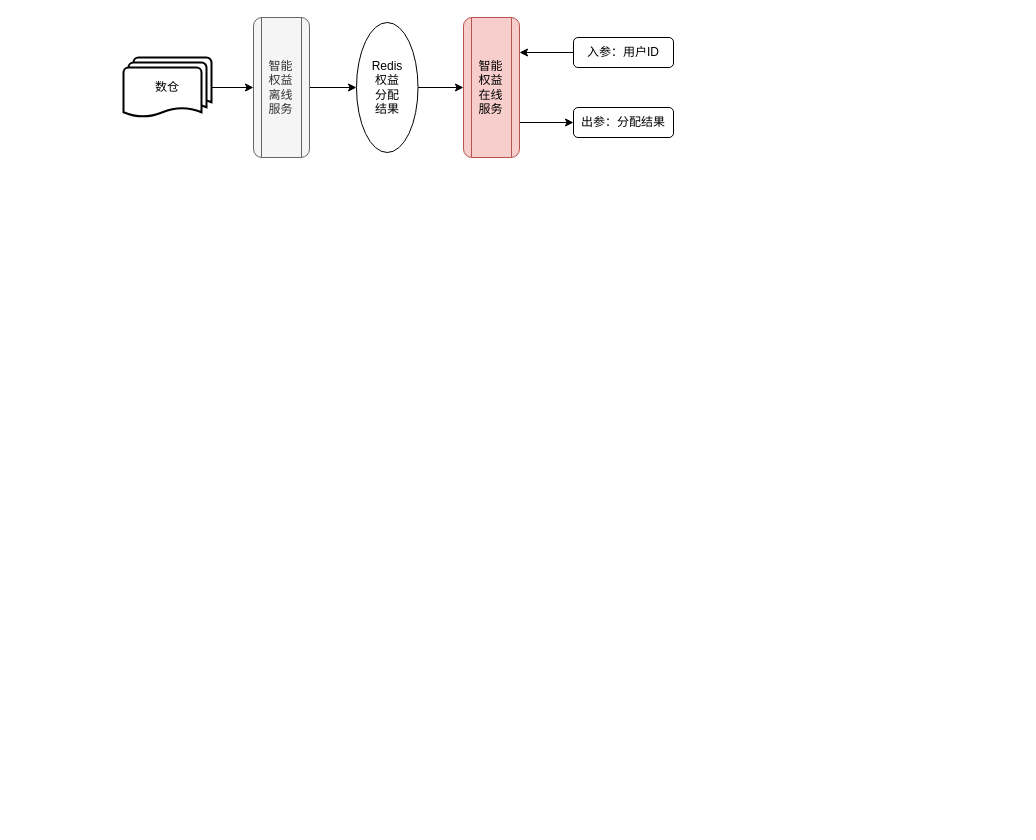
Earlier version of the draw.io diagram 小程序TRD.drawio (JintaiYang/drawio). Source tidied: cells renumbered, new cells numbered last; positions are measured from the earlier drawing's top-left corner, leaving out a move shared by most shapes. Both pictures are drawn from the tidied source at 100%, with x=0, y=0 at pixel (123, 17).
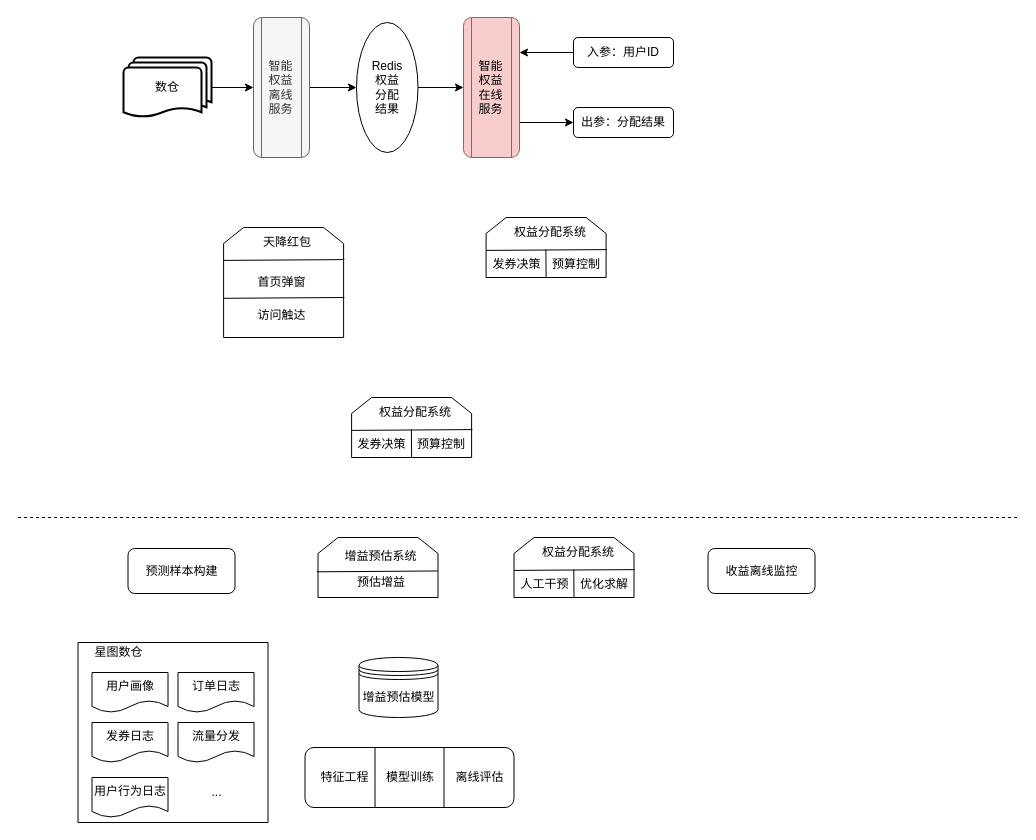
After the change.

Commit message (it also covers changes not shown here):
更新小程序TRD.drawio

Diff of the diagram source:
```diff
@@
+    <mxCell id="13" style="swimlane;startSize=0;rounded=1;" parent="1" vertex="1">
+      <mxGeometry x="-45.5" y="625" width="190" height="180" as="geometry" />
+    </mxCell>
+    <mxCell id="14" value="用户画像" style="shape=document;whiteSpace=wrap;html=1;boundedLbl=1;rounded=1;" parent="13" vertex="1">
+      <mxGeometry x="14" y="30" width="76" height="40" as="geometry" />
+    </mxCell>
+    <mxCell id="15" value="订单日志" style="shape=document;whiteSpace=wrap;html=1;boundedLbl=1;rounded=1;" parent="13" vertex="1">
+      <mxGeometry x="100" y="30" width="76" height="40" as="geometry" />
+    </mxCell>
+    <mxCell id="16" value="发券日志" style="shape=document;whiteSpace=wrap;html=1;boundedLbl=1;rounded=1;" parent="13" vertex="1">
+      <mxGeometry x="14" y="80" width="76" height="40" as="geometry" />
+    </mxCell>
+    <mxCell id="17" value="流量分发" style="shape=document;whiteSpace=wrap;html=1;boundedLbl=1;rounded=1;" parent="13" vertex="1">
+      <mxGeometry x="100" y="80" width="76" height="40" as="geometry" />
+    </mxCell>
+    <mxCell id="18" value="用户行为日志" style="shape=document;whiteSpace=wrap;html=1;boundedLbl=1;rounded=1;" parent="13" vertex="1">
+      <mxGeometry x="14" y="135" width="76" height="40" as="geometry" />
+    </mxCell>
+    <mxCell id="19" value="..." style="text;html=1;align=center;verticalAlign=middle;strokeColor=none;fillColor=none;" parent="13" vertex="1">
+      <mxGeometry x="123" y="135" width="30" height="30" as="geometry" />
+    </mxCell>
+    <mxCell id="20" value="星图数仓" style="text;html=1;align=center;verticalAlign=middle;strokeColor=none;fillColor=none;" parent="1" vertex="1">
+      <mxGeometry x="-40.5" y="620" width="70" height="30" as="geometry" />
+    </mxCell>
+    <mxCell id="21" value="收益离线监控" style="rounded=1;whiteSpace=wrap;html=1;" parent="1" vertex="1">
+      <mxGeometry x="584.5" y="531" width="107" height="45" as="geometry" />
+    </mxCell>
+    <mxCell id="22" style="shape=loopLimit;whiteSpace=wrap;html=1;rounded=0;sketch=0;size=20;" parent="1" vertex="1">
+      <mxGeometry x="194.5" y="520" width="120" height="60" as="geometry" />
+    </mxCell>
+    <mxCell id="23" style="endArrow=none;html=1;rounded=0;entryX=0.997;entryY=0.558;entryDx=0;entryDy=0;exitX=-0.01;exitY=0.572;exitDx=0;exitDy=0;exitPerimeter=0;entryPerimeter=0;" parent="1" edge="1" source="22" target="22">
+      <mxGeometry relative="1" as="geometry" />
+    </mxCell>
+    <mxCell id="24" value="预估增益" style="text;html=1;strokeColor=none;fillColor=none;align=center;verticalAlign=middle;whiteSpace=wrap;rounded=0;sketch=0;" parent="1" vertex="1">
+      <mxGeometry x="227.5" y="557" width="60" height="15" as="geometry" />
+    </mxCell>
+    <mxCell id="25" value="增益预估系统" style="text;html=1;strokeColor=none;fillColor=none;align=center;verticalAlign=middle;whiteSpace=wrap;rounded=0;sketch=0;" parent="1" vertex="1">
+      <mxGeometry x="218.8" y="531" width="77" height="15" as="geometry" />
+    </mxCell>
+    <mxCell id="26" style="shape=loopLimit;whiteSpace=wrap;html=1;rounded=0;sketch=0;size=20;" parent="1" vertex="1">
+      <mxGeometry x="390.5" y="520" width="120" height="60" as="geometry" />
+    </mxCell>
+    <mxCell id="27" style="endArrow=none;html=1;rounded=0;entryX=0.997;entryY=0.558;entryDx=0;entryDy=0;exitX=-0.01;exitY=0.572;exitDx=0;exitDy=0;exitPerimeter=0;entryPerimeter=0;" parent="1" edge="1">
+      <mxGeometry relative="1" as="geometry">
+        <mxPoint x="390.5" y="552.9" as="sourcePoint" />
+        <mxPoint x="511.3" y="552.1" as="targetPoint" />
+      </mxGeometry>
+    </mxCell>
+    <mxCell id="28" style="endArrow=none;html=1;rounded=0;" parent="1" edge="1" target="26">
+      <mxGeometry relative="1" as="geometry">
+        <mxPoint x="450.5" y="580" as="sourcePoint" />
+      </mxGeometry>
+    </mxCell>
+    <mxCell id="29" style="endArrow=none;html=1;rounded=0;exitX=0.5;exitY=1;exitDx=0;exitDy=0;" parent="1" edge="1" source="26">
+      <mxGeometry relative="1" as="geometry">
+        <mxPoint x="450.3" y="552" as="targetPoint" />
+      </mxGeometry>
+    </mxCell>
+    <mxCell id="30" value="优化求解" style="text;html=1;strokeColor=none;fillColor=none;align=center;verticalAlign=middle;whiteSpace=wrap;rounded=0;sketch=0;" parent="1" vertex="1">
+      <mxGeometry x="450.5" y="552" width="60" height="30" as="geometry" />
+    </mxCell>
+    <mxCell id="31" value="权益分配系统" style="text;html=1;strokeColor=none;fillColor=none;align=center;verticalAlign=middle;whiteSpace=wrap;rounded=0;sketch=0;" parent="1" vertex="1">
+      <mxGeometry x="414.5" y="520" width="80" height="30" as="geometry" />
+    </mxCell>
+    <mxCell id="32" value="人工干预" style="text;html=1;align=center;verticalAlign=middle;strokeColor=none;fillColor=none;" parent="1" vertex="1">
+      <mxGeometry x="385.5" y="552" width="70" height="30" as="geometry" />
+    </mxCell>
+    <mxCell id="33" value="预测样本构建" style="rounded=1;whiteSpace=wrap;html=1;" parent="1" vertex="1">
+      <mxGeometry x="4.5" y="531" width="107" height="45" as="geometry" />
+    </mxCell>
+    <mxCell id="34" value="模型训练" style="shape=process;whiteSpace=wrap;html=1;backgroundOutline=1;rounded=1;glass=0;sketch=0;strokeWidth=1;size=0.3333333333333333;" parent="1" vertex="1">
+      <mxGeometry x="181.5" y="730" width="209" height="60" as="geometry" />
+    </mxCell>
+    <mxCell id="35" value="特征工程" style="text;html=1;align=center;verticalAlign=middle;strokeColor=none;fillColor=none;" parent="1" vertex="1">
+      <mxGeometry x="185.5" y="745" width="70" height="30" as="geometry" />
+    </mxCell>
+    <mxCell id="36" value="离线评估" style="text;html=1;align=center;verticalAlign=middle;strokeColor=none;fillColor=none;" parent="1" vertex="1">
+      <mxGeometry x="320.5" y="745" width="70" height="30" as="geometry" />
+    </mxCell>
+    <mxCell id="37" value="增益预估模型" style="shape=datastore;whiteSpace=wrap;html=1;rounded=1;glass=0;sketch=0;strokeWidth=1;" parent="1" vertex="1">
+      <mxGeometry x="235.5" y="640" width="79" height="60" as="geometry" />
+    </mxCell>
+    <mxCell id="38" style="endArrow=none;html=1;strokeWidth=1;rounded=0;dashed=1;" parent="1" edge="1">
+      <mxGeometry relative="1" as="geometry">
+        <mxPoint x="-105.5" y="500" as="sourcePoint" />
+        <mxPoint x="894.5" y="500" as="targetPoint" />
+      </mxGeometry>
+    </mxCell>
+    <mxCell id="39" style="shape=loopLimit;whiteSpace=wrap;html=1;rounded=0;sketch=0;size=20;" parent="1" vertex="1">
+      <mxGeometry x="228.1" y="380" width="120" height="60" as="geometry" />
+    </mxCell>
+    <mxCell id="40" style="endArrow=none;html=1;rounded=0;entryX=0.997;entryY=0.558;entryDx=0;entryDy=0;exitX=-0.01;exitY=0.572;exitDx=0;exitDy=0;exitPerimeter=0;entryPerimeter=0;" parent="1" edge="1">
+      <mxGeometry relative="1" as="geometry">
+        <mxPoint x="228.1" y="412.9" as="sourcePoint" />
+        <mxPoint x="348.9" y="412.1" as="targetPoint" />
+      </mxGeometry>
+    </mxCell>
+    <mxCell id="41" style="endArrow=none;html=1;rounded=0;" parent="1" edge="1" target="39">
+      <mxGeometry relative="1" as="geometry">
+        <mxPoint x="288" y="440" as="sourcePoint" />
+      </mxGeometry>
+    </mxCell>
+    <mxCell id="42" style="endArrow=none;html=1;rounded=0;exitX=0.5;exitY=1;exitDx=0;exitDy=0;" parent="1" edge="1" source="39">
+      <mxGeometry relative="1" as="geometry">
+        <mxPoint x="287.9" y="412" as="targetPoint" />
+      </mxGeometry>
+    </mxCell>
+    <mxCell id="43" value="预算控制" style="text;html=1;strokeColor=none;fillColor=none;align=center;verticalAlign=middle;whiteSpace=wrap;rounded=0;sketch=0;" parent="1" vertex="1">
+      <mxGeometry x="288.1" y="412" width="60" height="30" as="geometry" />
+    </mxCell>
+    <mxCell id="44" value="权益分配系统" style="text;html=1;strokeColor=none;fillColor=none;align=center;verticalAlign=middle;whiteSpace=wrap;rounded=0;sketch=0;" parent="1" vertex="1">
+      <mxGeometry x="252.1" y="380" width="80" height="30" as="geometry" />
+    </mxCell>
+    <mxCell id="45" value="发券决策" style="text;html=1;align=center;verticalAlign=middle;strokeColor=none;fillColor=none;" parent="1" vertex="1">
+      <mxGeometry x="223.1" y="412" width="70" height="30" as="geometry" />
+    </mxCell>
+    <mxCell id="46" style="shape=loopLimit;whiteSpace=wrap;html=1;rounded=0;sketch=0;size=20;" parent="1" vertex="1">
+      <mxGeometry x="100.1" y="210" width="120" height="110" as="geometry" />
+    </mxCell>
+    <mxCell id="47" style="endArrow=none;html=1;rounded=0;entryX=0.997;entryY=0.558;entryDx=0;entryDy=0;exitX=-0.01;exitY=0.572;exitDx=0;exitDy=0;exitPerimeter=0;entryPerimeter=0;" parent="1" edge="1">
+      <mxGeometry relative="1" as="geometry">
+        <mxPoint x="100.1" y="242.9" as="sourcePoint" />
+        <mxPoint x="220.9" y="242.1" as="targetPoint" />
+      </mxGeometry>
+    </mxCell>
+    <mxCell id="48" value="天降红包" style="text;html=1;strokeColor=none;fillColor=none;align=center;verticalAlign=middle;whiteSpace=wrap;rounded=0;sketch=0;" parent="1" vertex="1">
+      <mxGeometry x="124.1" y="210" width="80" height="30" as="geometry" />
+    </mxCell>
+    <mxCell id="49" style="shape=loopLimit;whiteSpace=wrap;html=1;rounded=0;sketch=0;size=20;" parent="1" vertex="1">
+      <mxGeometry x="362.6" y="200" width="120" height="60" as="geometry" />
+    </mxCell>
+    <mxCell id="50" style="endArrow=none;html=1;rounded=0;entryX=0.997;entryY=0.558;entryDx=0;entryDy=0;exitX=-0.01;exitY=0.572;exitDx=0;exitDy=0;exitPerimeter=0;entryPerimeter=0;" parent="1" edge="1">
+      <mxGeometry relative="1" as="geometry">
+        <mxPoint x="362.6" y="232.9" as="sourcePoint" />
+        <mxPoint x="483.4" y="232.1" as="targetPoint" />
+      </mxGeometry>
+    </mxCell>
+    <mxCell id="51" style="endArrow=none;html=1;rounded=0;" parent="1" edge="1" target="49">
+      <mxGeometry relative="1" as="geometry">
+        <mxPoint x="422.5" y="260" as="sourcePoint" />
+      </mxGeometry>
+    </mxCell>
+    <mxCell id="52" style="endArrow=none;html=1;rounded=0;exitX=0.5;exitY=1;exitDx=0;exitDy=0;" parent="1" edge="1" source="49">
+      <mxGeometry relative="1" as="geometry">
+        <mxPoint x="422.4" y="232" as="targetPoint" />
+      </mxGeometry>
+    </mxCell>
+    <mxCell id="53" value="预算控制" style="text;html=1;strokeColor=none;fillColor=none;align=center;verticalAlign=middle;whiteSpace=wrap;rounded=0;sketch=0;" parent="1" vertex="1">
+      <mxGeometry x="422.6" y="232" width="60" height="30" as="geometry" />
+    </mxCell>
+    <mxCell id="54" value="权益分配系统" style="text;html=1;strokeColor=none;fillColor=none;align=center;verticalAlign=middle;whiteSpace=wrap;rounded=0;sketch=0;" parent="1" vertex="1">
+      <mxGeometry x="386.6" y="200" width="80" height="30" as="geometry" />
+    </mxCell>
+    <mxCell id="55" value="发券决策" style="text;html=1;align=center;verticalAlign=middle;strokeColor=none;fillColor=none;" parent="1" vertex="1">
+      <mxGeometry x="357.6" y="232" width="70" height="30" as="geometry" />
+    </mxCell>
+    <mxCell id="56" style="endArrow=none;html=1;rounded=0;entryX=0.997;entryY=0.558;entryDx=0;entryDy=0;exitX=-0.01;exitY=0.572;exitDx=0;exitDy=0;exitPerimeter=0;entryPerimeter=0;" parent="1" edge="1">
+      <mxGeometry relative="1" as="geometry">
+        <mxPoint x="100.1" y="280.8" as="sourcePoint" />
+        <mxPoint x="220.9" y="280" as="targetPoint" />
+      </mxGeometry>
+    </mxCell>
+    <mxCell id="57" value="首页弹窗" style="text;html=1;align=center;verticalAlign=middle;strokeColor=none;fillColor=none;" parent="1" vertex="1">
+      <mxGeometry x="123" y="250" width="70" height="30" as="geometry" />
+    </mxCell>
+    <mxCell id="58" value="访问触达" style="text;html=1;align=center;verticalAlign=middle;strokeColor=none;fillColor=none;" parent="1" vertex="1">
+      <mxGeometry x="123" y="283" width="70" height="30" as="geometry" />
+    </mxCell>
```
